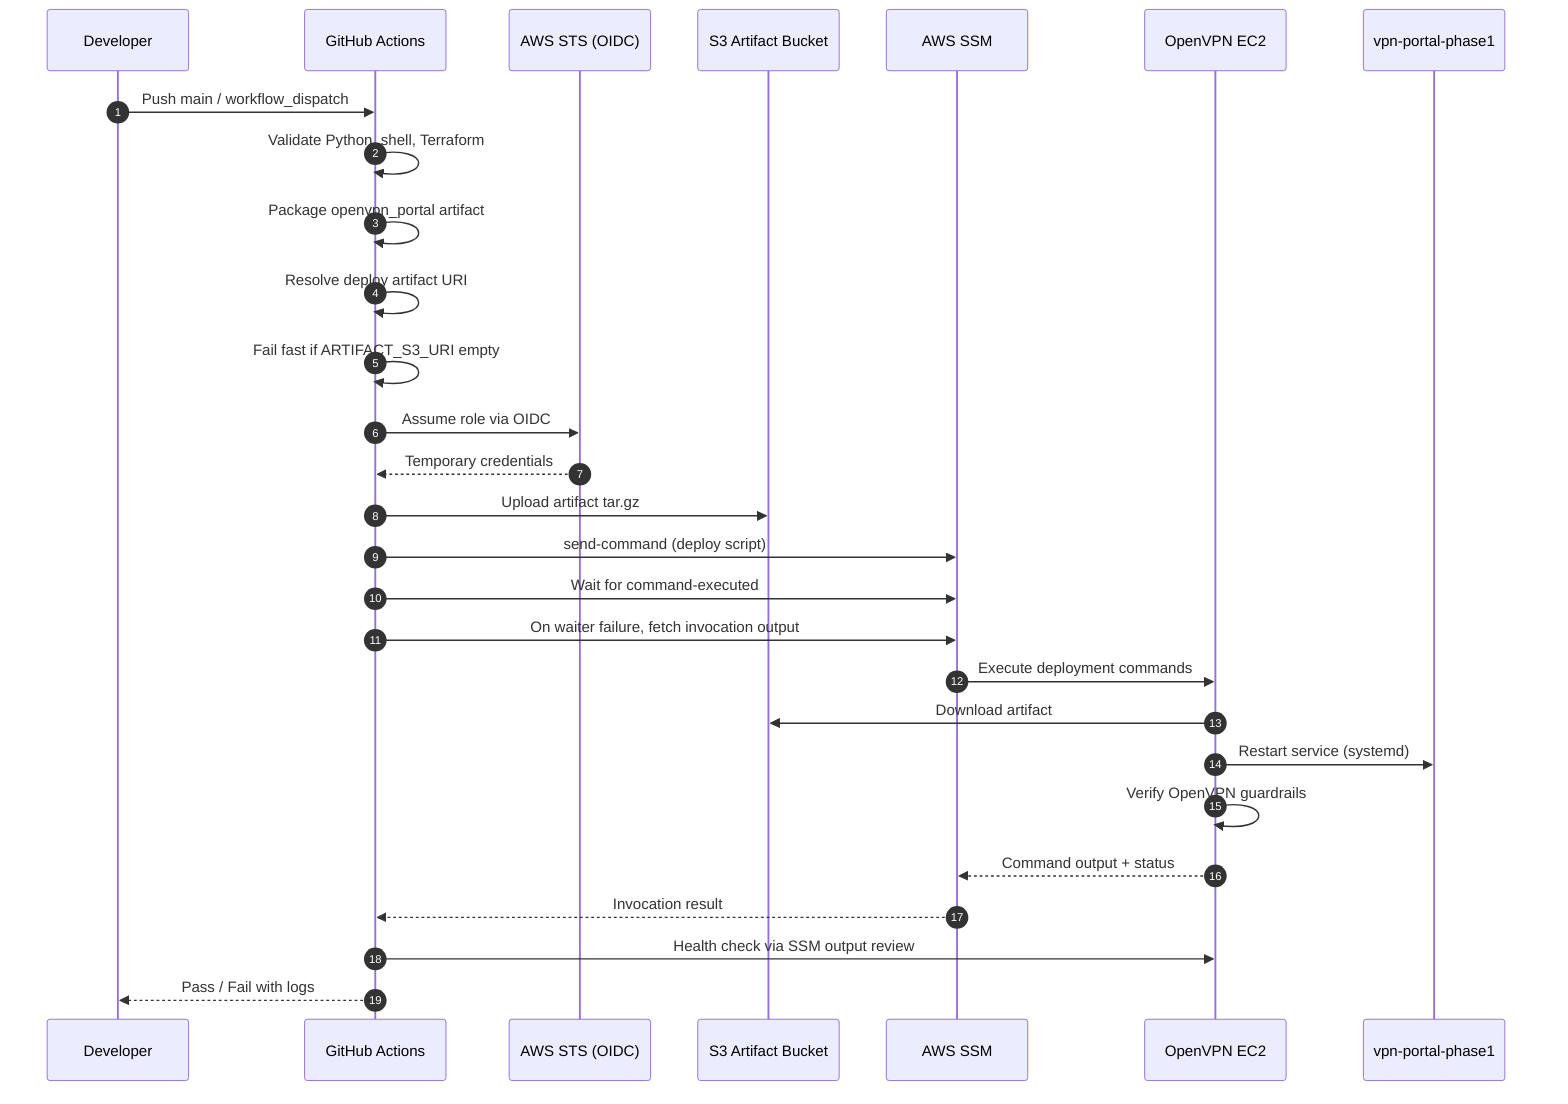
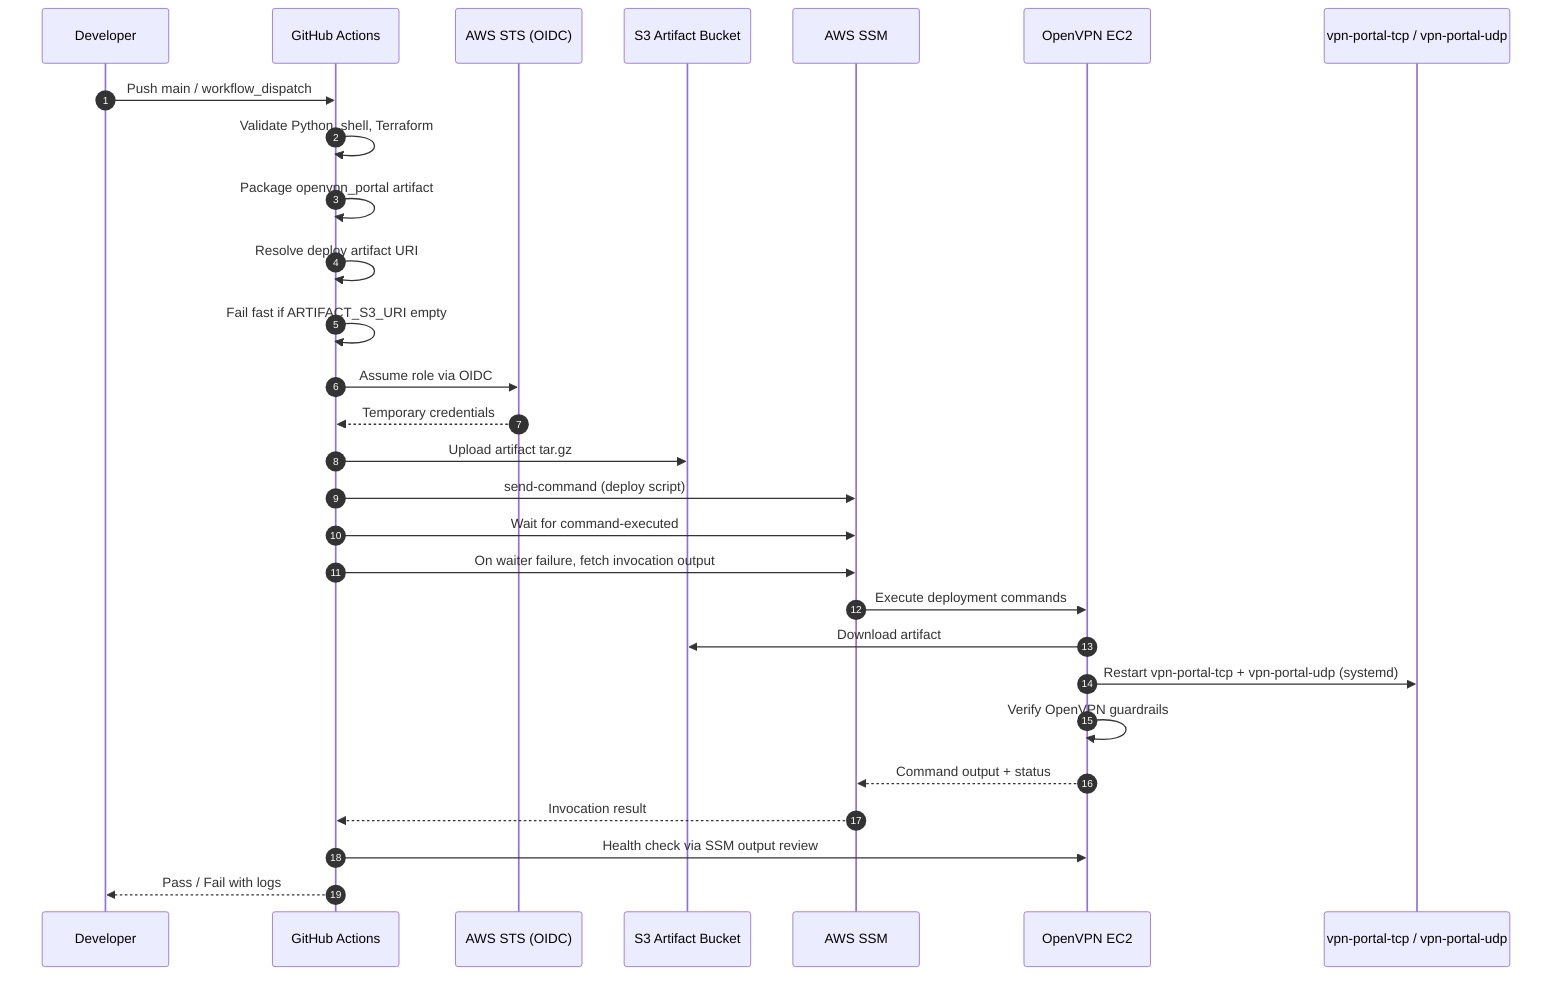
sequenceDiagram
    autonumber
    participant Dev as Developer
    participant GH as GitHub Actions
    participant STS as AWS STS (OIDC)
    participant S3 as S3 Artifact Bucket
    participant SSM as AWS SSM
    participant EC2 as OpenVPN EC2
-     participant Portal as vpn-portal-phase1
+     participant Portal as vpn-portal-tcp / vpn-portal-udp

    Dev->>GH: Push main / workflow_dispatch
    GH->>GH: Validate Python, shell, Terraform
    GH->>GH: Package openvpn_portal artifact
    GH->>GH: Resolve deploy artifact URI
    GH->>GH: Fail fast if ARTIFACT_S3_URI empty
    GH->>STS: Assume role via OIDC
    STS-->>GH: Temporary credentials
    GH->>S3: Upload artifact tar.gz
    GH->>SSM: send-command (deploy script)
    GH->>SSM: Wait for command-executed
    GH->>SSM: On waiter failure, fetch invocation output
    SSM->>EC2: Execute deployment commands
    EC2->>S3: Download artifact
-     EC2->>Portal: Restart service (systemd)
+     EC2->>Portal: Restart vpn-portal-tcp + vpn-portal-udp (systemd)
    EC2->>EC2: Verify OpenVPN guardrails
    EC2-->>SSM: Command output + status
    SSM-->>GH: Invocation result
    GH->>EC2: Health check via SSM output review
    GH-->>Dev: Pass / Fail with logs
